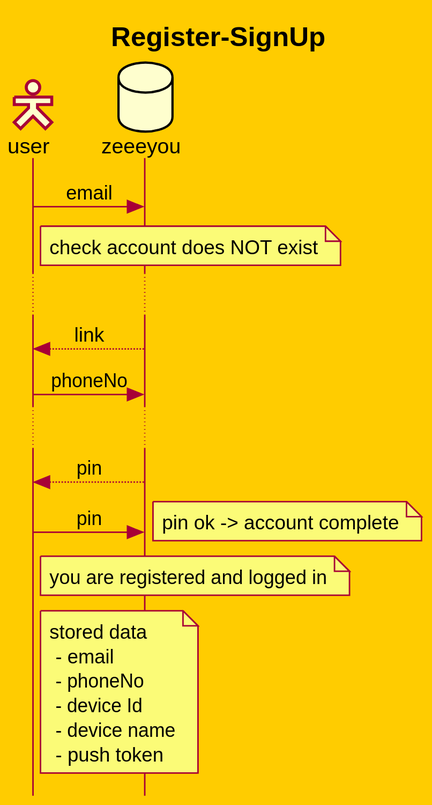
Before: docs/Register-SignUp.svg, a diagram exported from PlantUML (HaJo10/zeeeyou.github.io).
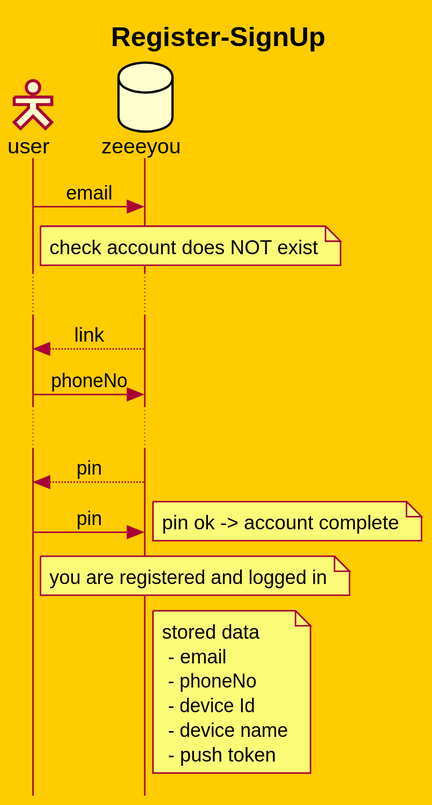
After the commit.

Change to the diagram source:
```diff
@@ -22,6 +22,5 @@
 user -> auth: pin
 note right : pin ok -> account complete
 note right of user : you are registered and logged in
-note right of user : stored data\n - email\n - phoneNo\n - device Id\n - device name\n - push token
-
+note right of auth : stored data\n - email\n - phoneNo\n - device Id\n - device name\n - push token
 @enduml
```
